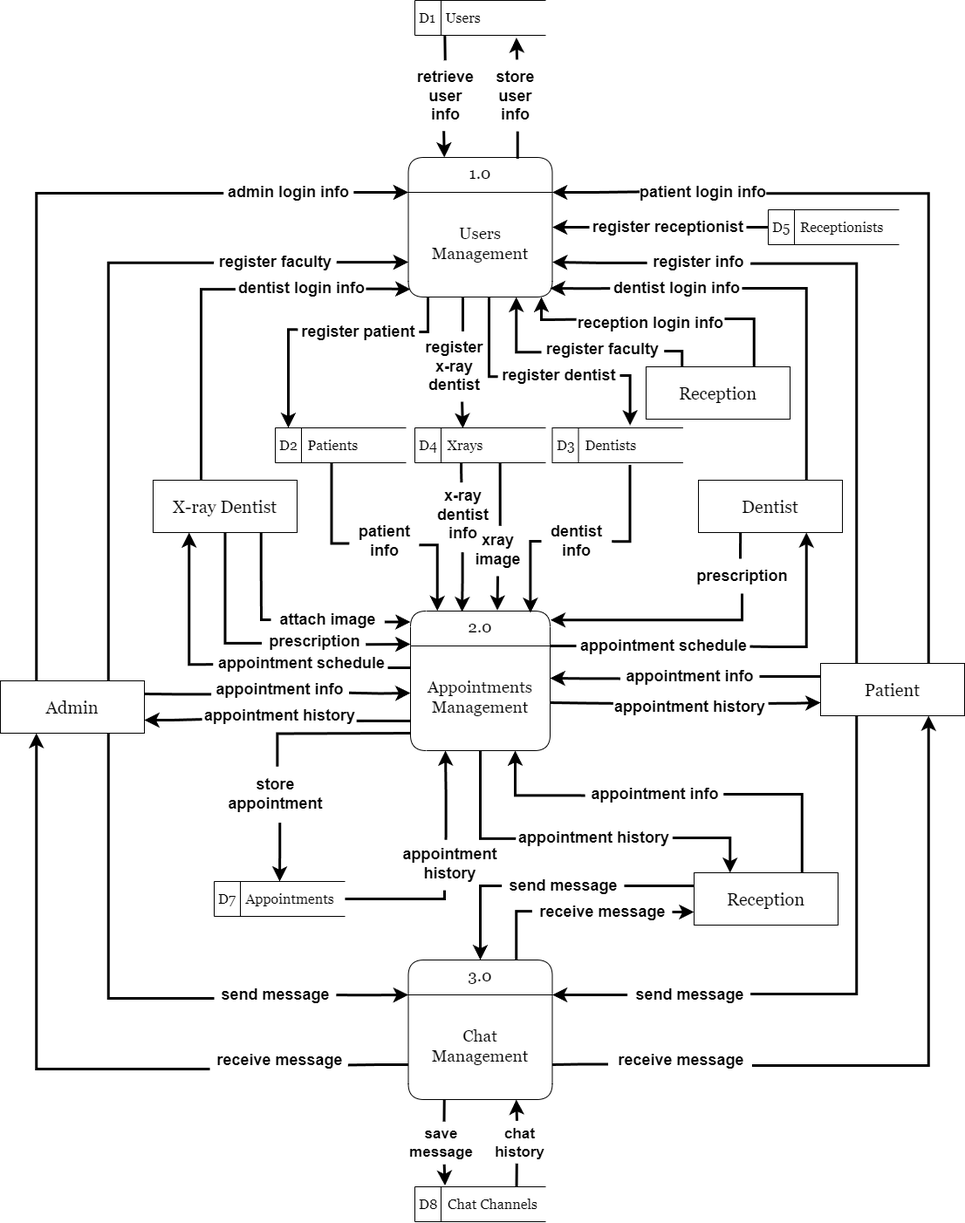
Earlier version of the draw.io export Design/DFD.png (MohamedIsa/Dental-Clinic-System). Source tidied: cells renumbered, new cells last; positions are measured from the earlier drawing's top-left corner, leaving out a move shared by most shapes.
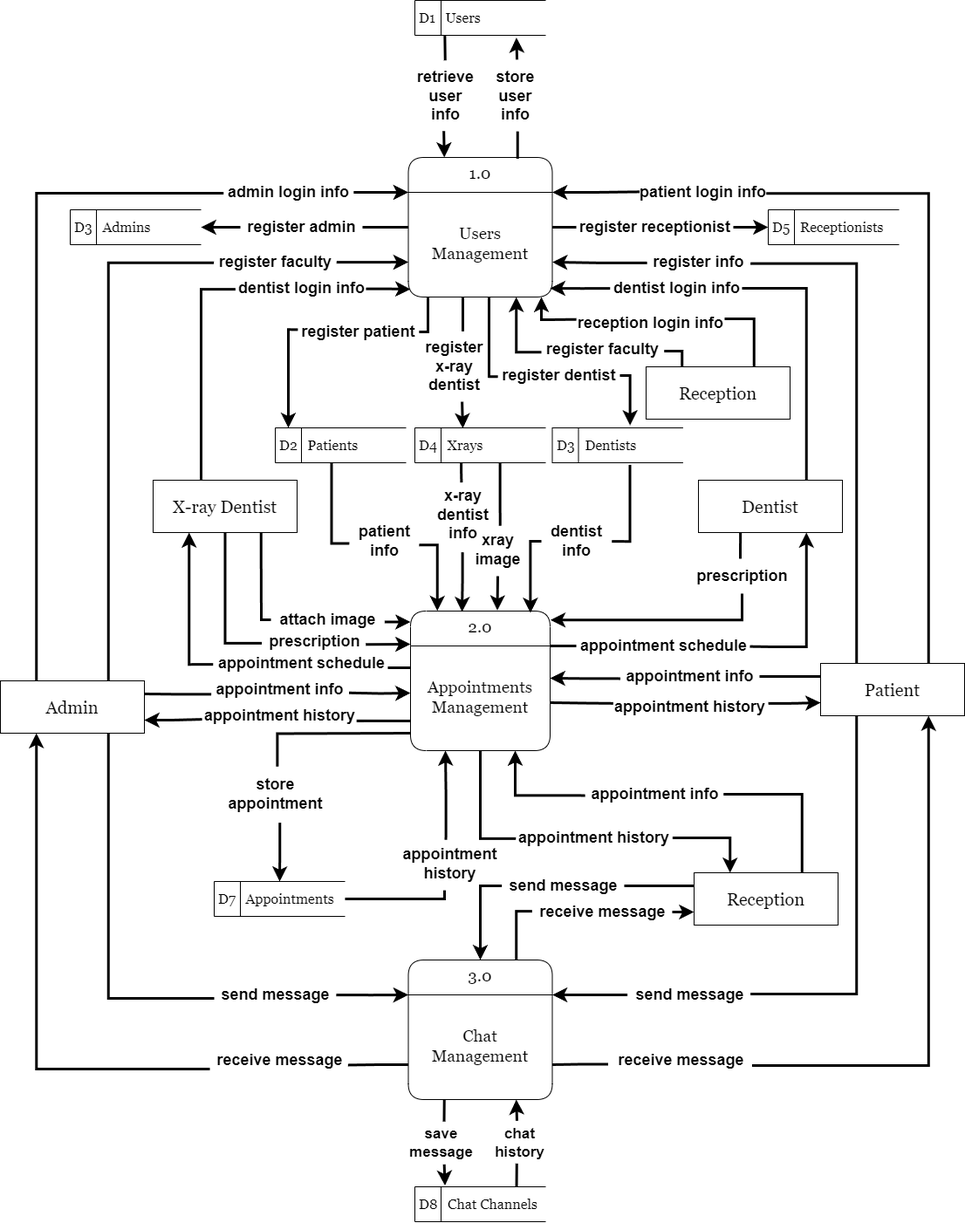
The same file after the commit.

What changed in the source:
```diff
@@ -41,7 +41,7 @@
     <mxCell id="10" value="&lt;font size=&quot;3&quot;&gt;D4&amp;nbsp; &amp;nbsp;Xrays&lt;/font&gt;" style="html=1;dashed=0;whiteSpace=wrap;shape=mxgraph.dfd.dataStoreID;align=left;spacingLeft=3;points=[[0,0],[0.5,0],[1,0],[0,0.5],[1,0.5],[0,1],[0.5,1],[1,1]];fontFamily=Georgia;" parent="1" vertex="1">
       <mxGeometry x="475" y="490" width="150" height="40" as="geometry" />
     </mxCell>
-    <mxCell id="11" style="edgeStyle=none;curved=1;rounded=0;jettySize=auto;html=1;entryX=1;entryY=0.5;entryDx=0;entryDy=0;fontSize=12;startSize=8;endSize=8;strokeWidth=3;" parent="1" edge="1" source="128" target="21">
+    <mxCell id="11" style="edgeStyle=none;curved=1;rounded=0;jettySize=auto;html=1;entryX=1;entryY=0.5;entryDx=0;entryDy=0;fontSize=12;startSize=8;endSize=8;strokeWidth=3;endArrow=none;endFill=0;" parent="1" edge="1" source="128" target="21">
       <mxGeometry relative="1" as="geometry" />
     </mxCell>
     <mxCell id="12" value="&lt;font size=&quot;3&quot;&gt;D5&amp;nbsp; &amp;nbsp;Receptionists&lt;/font&gt;" style="html=1;dashed=0;whiteSpace=wrap;shape=mxgraph.dfd.dataStoreID;align=left;spacingLeft=3;points=[[0,0],[0.5,0],[1,0],[0,0.5],[1,0.5],[0,1],[0.5,1],[1,1]];fontFamily=Georgia;" parent="1" vertex="1">
@@ -502,11 +502,11 @@
     <mxCell id="126" value="register patient" style="text;html=1;align=center;verticalAlign=middle;points=[];strokeColor=none;fillColor=none;fontSize=18;fontStyle=1;" parent="1" vertex="1">
       <mxGeometry x="340" y="360" width="140" height="40" as="geometry" />
     </mxCell>
-    <mxCell id="127" style="edgeStyle=none;curved=1;rounded=0;jettySize=auto;html=1;entryX=1;entryY=0.5;entryDx=0;entryDy=0;fontSize=12;startSize=8;endSize=8;strokeWidth=3;endArrow=none;endFill=0;" parent="1" edge="1" source="12" target="128">
+    <mxCell id="127" style="edgeStyle=none;curved=1;rounded=0;jettySize=auto;html=1;entryX=1;entryY=0.5;entryDx=0;entryDy=0;fontSize=12;startSize=8;endSize=8;strokeWidth=3;endArrow=none;endFill=0;startArrow=classic;startFill=1;" parent="1" edge="1" source="12" target="128">
       <mxGeometry relative="1" as="geometry" />
     </mxCell>
     <mxCell id="128" value="register receptionist" style="text;html=1;align=center;verticalAlign=middle;points=[];strokeColor=none;fillColor=none;fontSize=18;fontStyle=1;" parent="1" vertex="1">
-      <mxGeometry x="675" y="240" width="180" height="40" as="geometry" />
+      <mxGeometry x="660" y="240" width="180" height="40" as="geometry" />
     </mxCell>
     <mxCell id="129" style="edgeStyle=orthogonalEdgeStyle;rounded=0;jettySize=auto;html=1;exitX=0.534;exitY=-0.027;exitDx=0;exitDy=0;entryX=0.776;entryY=1.067;entryDx=0;entryDy=0;entryPerimeter=0;fontSize=12;startSize=8;endSize=8;strokeWidth=3;exitPerimeter=0;" parent="1" edge="1" source="134" target="2">
       <mxGeometry relative="1" as="geometry" />
@@ -526,5 +526,17 @@
     <mxCell id="134" value="store&lt;br&gt;user&lt;br&gt;info" style="text;html=1;align=center;verticalAlign=middle;points=[];strokeColor=none;fillColor=none;fontSize=18;fontStyle=1;" parent="1" vertex="1">
       <mxGeometry x="560" y="70" width="60" height="80" as="geometry" />
     </mxCell>
+    <mxCell id="135" value="&lt;font size=&quot;3&quot;&gt;D3&amp;nbsp; &amp;nbsp;Admins&lt;/font&gt;" style="html=1;dashed=0;whiteSpace=wrap;shape=mxgraph.dfd.dataStoreID;align=left;spacingLeft=3;points=[[0,0],[0.5,0],[1,0],[0,0.5],[1,0.5],[0,1],[0.5,1],[1,1]];fontFamily=Georgia;" parent="1" vertex="1">
+      <mxGeometry x="80" y="240" width="150" height="40" as="geometry" />
+    </mxCell>
+    <mxCell id="136" style="endArrow=none;html=1;rounded=0;fontSize=12;startSize=8;endSize=8;edgeStyle=orthogonalEdgeStyle;entryX=0;entryY=0.5;entryDx=0;entryDy=0;strokeWidth=3;endFill=0;" parent="1" edge="1" source="138" target="21">
+      <mxGeometry relative="1" as="geometry" />
+    </mxCell>
+    <mxCell id="137" style="endArrow=none;html=1;rounded=0;fontSize=12;startSize=8;endSize=8;edgeStyle=orthogonalEdgeStyle;entryX=0;entryY=0.5;entryDx=0;entryDy=0;strokeWidth=3;endFill=0;startArrow=classic;startFill=1;" parent="1" edge="1" source="135" target="138">
+      <mxGeometry relative="1" as="geometry" />
+    </mxCell>
+    <mxCell id="138" value="register admin" style="text;html=1;align=center;verticalAlign=middle;points=[];strokeColor=none;fillColor=none;fontSize=18;fontStyle=1;" parent="1" vertex="1">
+      <mxGeometry x="275" y="240" width="140" height="40" as="geometry" />
+    </mxCell>
   </root>
 </mxGraphModel>
```
